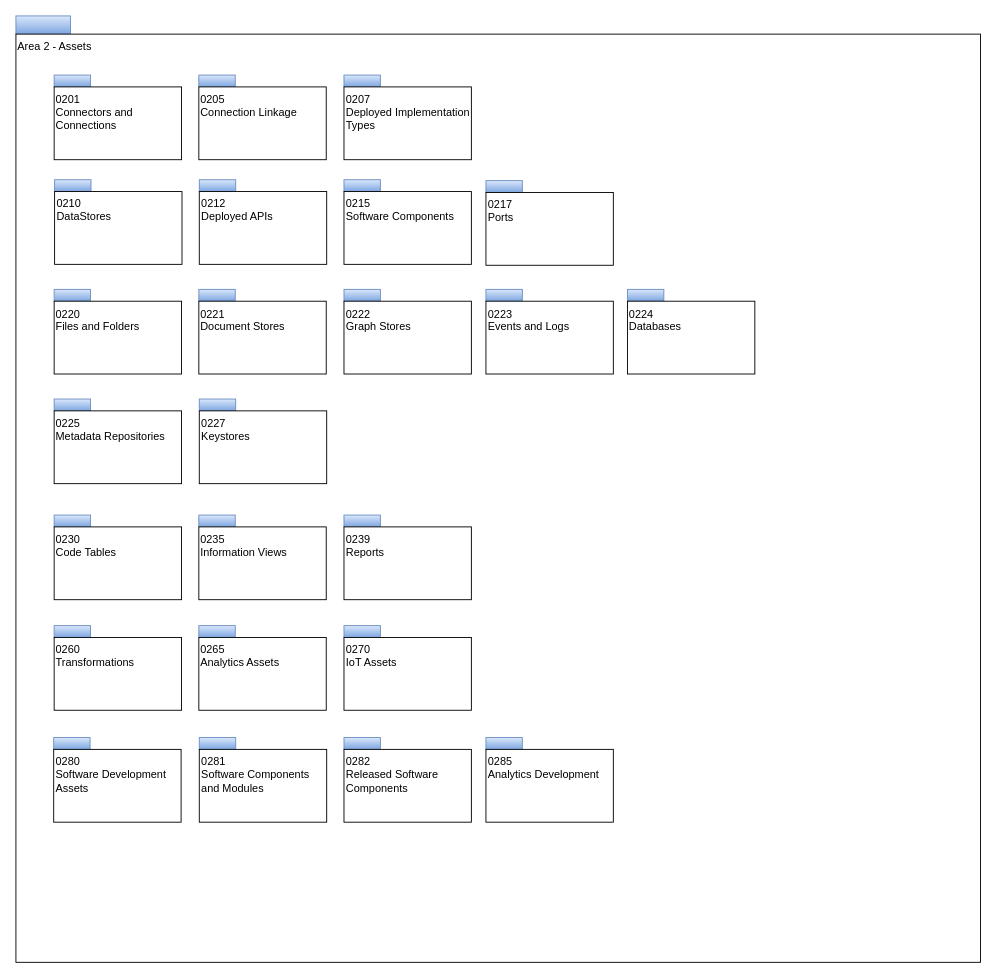
The draw.io diagram page "overview" (1 of 25) of site/docs/types/2/area-2-assets.drawio in odpi/egeria-docs, before the edit. Source tidied: cells renumbered, new cells numbered last; positions are measured from the earlier drawing's top-left corner, leaving out a move shared by most shapes. Both pictures are drawn from the tidied source at 91%, with x=0, y=0 at pixel (15, 15).
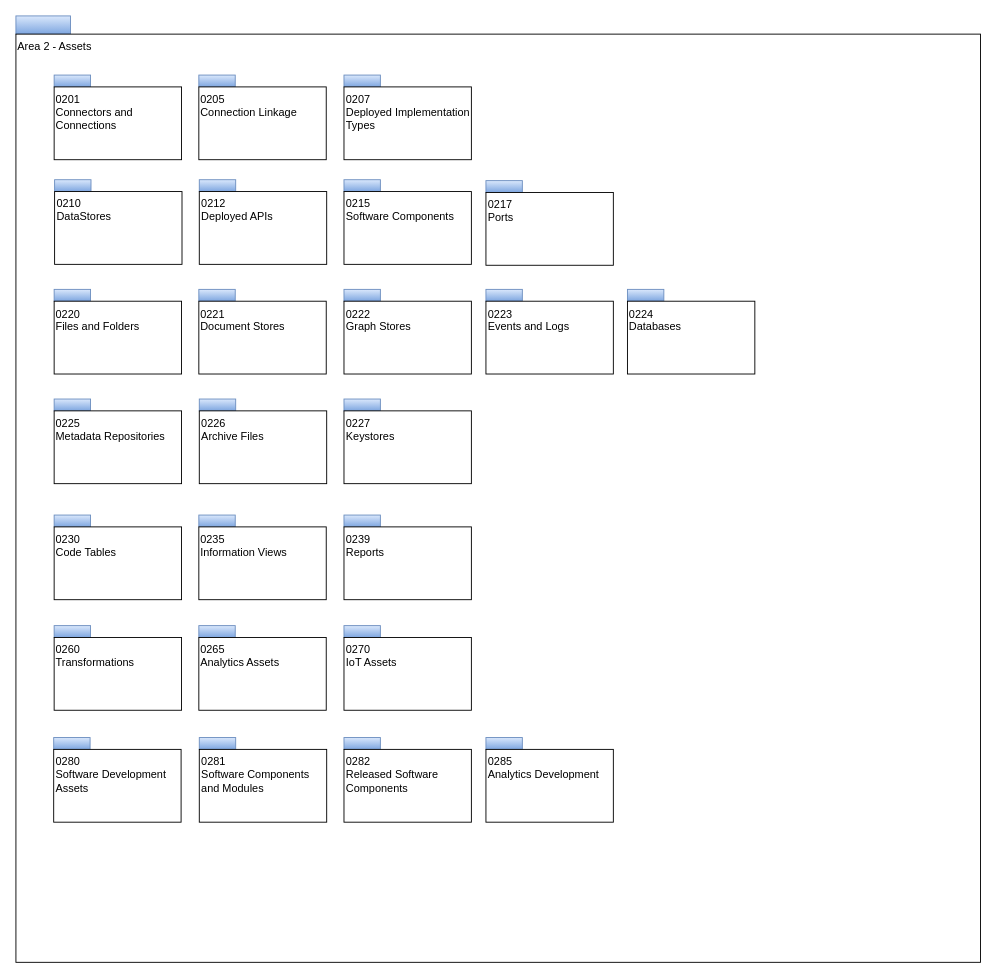
Above is the later version.

What changed in the source:
```diff
@@
-    <mxCell id="21" value="0227&lt;br&gt;Keystores&lt;br&gt;" style="rounded=0;whiteSpace=wrap;html=1;align=left;verticalAlign=top;" parent="1" vertex="1">
+    <mxCell id="21" value="0226&lt;br&gt;Archive Files" style="rounded=0;whiteSpace=wrap;html=1;align=left;verticalAlign=top;" parent="1" vertex="1">
       <mxGeometry x="201.5" y="434" width="140" height="80" as="geometry" />
     </mxCell>
@@
+    <mxCell id="52" style="rounded=0;whiteSpace=wrap;html=1;align=left;fillColor=#dae8fc;strokeColor=#6c8ebf;gradientColor=#7ea6e0;" parent="1" vertex="1">
+      <mxGeometry x="360.5" y="421" width="40" height="13" as="geometry" />
+    </mxCell>
+    <mxCell id="53" value="0227&lt;br&gt;Keystores&lt;br&gt;" style="rounded=0;whiteSpace=wrap;html=1;align=left;verticalAlign=top;" parent="1" vertex="1">
+      <mxGeometry x="360.5" y="434" width="140" height="80" as="geometry" />
+    </mxCell>
```
